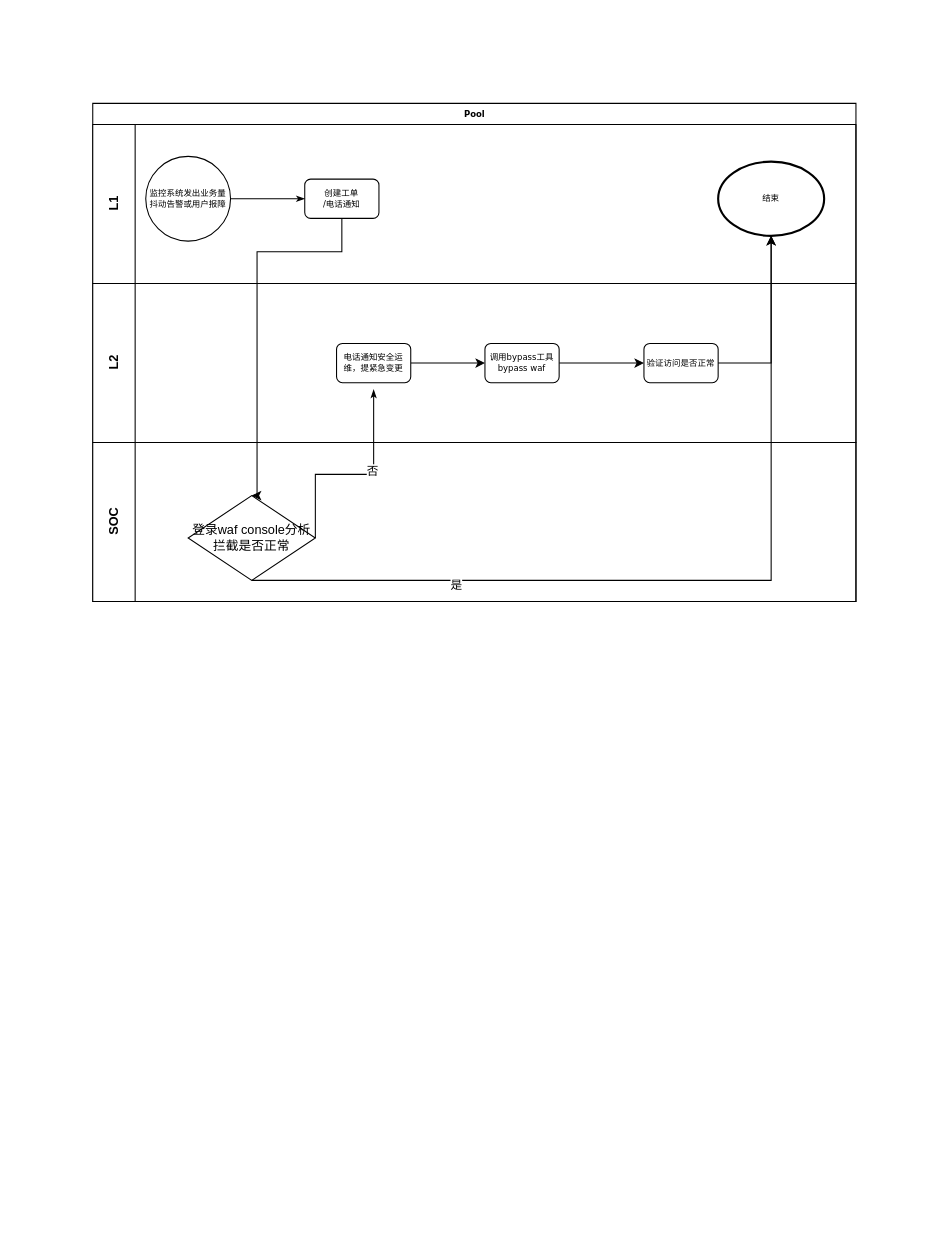
The draw.io diagram Untitled Diagram.drawio in dickens88/draft, before the edit. Source tidied: cells renumbered, new cells numbered last; positions are measured from the earlier drawing's top-left corner, leaving out a move shared by most shapes. Both pictures are drawn from the tidied source at 106%, with x=0, y=0 at pixel (92, 103).
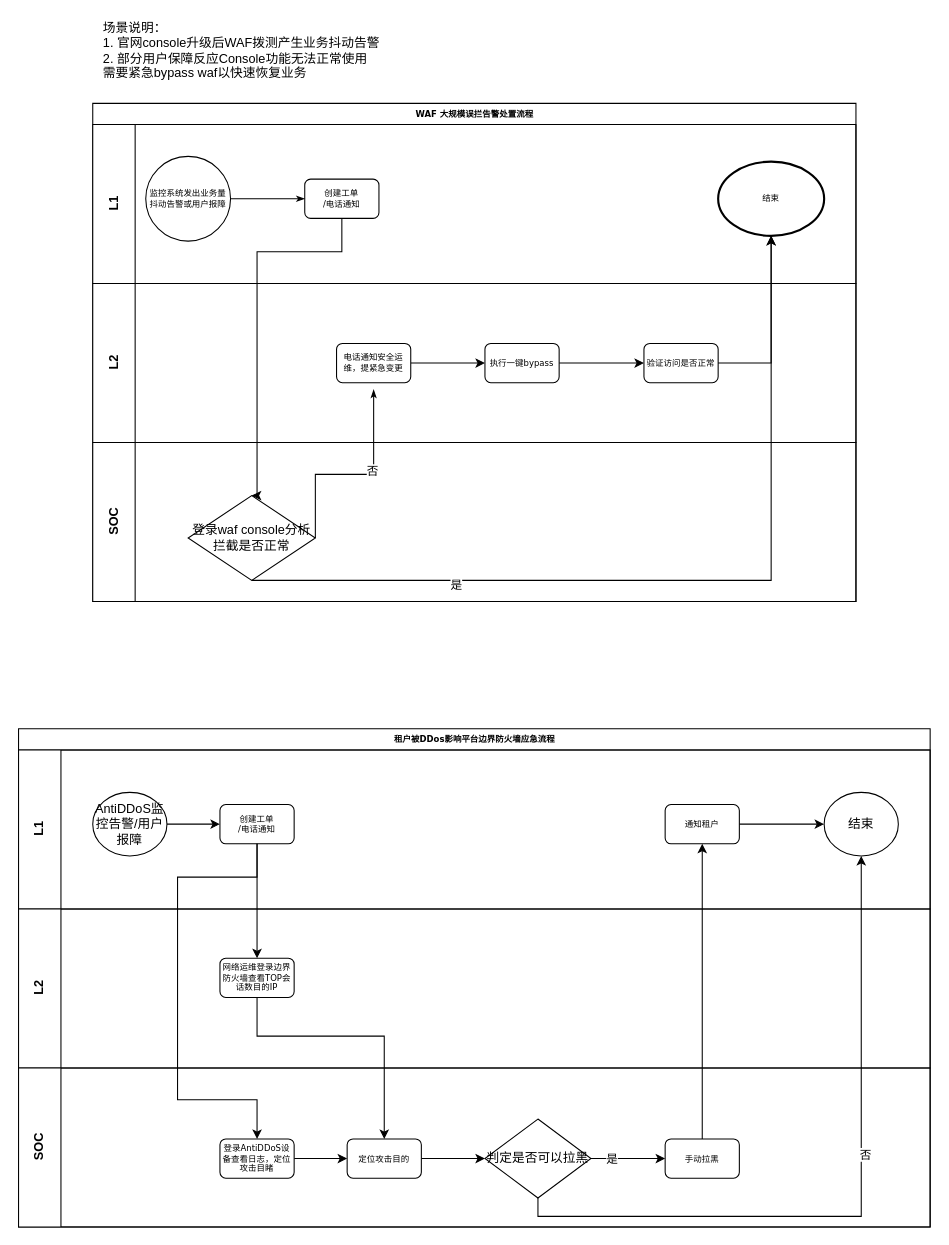
Above is the later version.

Unchanged cells that the change refers to:
```xml
<mxCell id="8" value="L2" style="swimlane;html=1;startSize=40;horizontal=0;" parent="2" vertex="1">
  <mxGeometry y="170" width="720" height="150" as="geometry" />
</mxCell>
```

Diff of the diagram source:
```diff
@@
-    <mxCell id="2" value="Pool" style="swimlane;html=1;horizontal=1;startSize=20;rounded=0;shadow=0;labelBackgroundColor=none;strokeWidth=1;fontFamily=Verdana;fontSize=8;align=center;" parent="1" vertex="1">
+    <mxCell id="2" value="WAF 大规模误拦告警处置流程" style="swimlane;html=1;horizontal=1;startSize=20;rounded=0;shadow=0;labelBackgroundColor=none;strokeWidth=1;fontFamily=Verdana;fontSize=8;align=center;" parent="1" vertex="1">
       <mxGeometry width="720" height="470" as="geometry" />
     </mxCell>
@@
-    <mxCell id="12" value="调用bypass工具bypass waf" style="rounded=1;whiteSpace=wrap;html=1;shadow=0;labelBackgroundColor=none;strokeWidth=1;fontFamily=Verdana;fontSize=8;align=center;" parent="8" vertex="1">
+    <mxCell id="12" value="执行一键bypass" style="rounded=1;whiteSpace=wrap;html=1;shadow=0;labelBackgroundColor=none;strokeWidth=1;fontFamily=Verdana;fontSize=8;align=center;" parent="8" vertex="1">
       <mxGeometry x="370" y="56.5" width="70" height="37" as="geometry" />
     </mxCell>
@@
+    <mxCell id="22" value="&lt;div style=&quot;text-align: left&quot;&gt;&lt;span&gt;场景说明：&lt;/span&gt;&lt;/div&gt;1. 官网console升级后WAF拨测产生业务抖动告警&lt;br&gt;&lt;div style=&quot;text-align: left&quot;&gt;&lt;span&gt;2. 部分用户保障反应Console功能无法正常使用&lt;/span&gt;&lt;/div&gt;&lt;div style=&quot;text-align: left&quot;&gt;&lt;span&gt;需要紧急bypass waf以快速恢复业务&lt;/span&gt;&lt;/div&gt;" style="text;html=1;align=center;verticalAlign=middle;" parent="1" vertex="1">
+      <mxGeometry y="-80" width="280" height="60" as="geometry" />
+    </mxCell>
+    <mxCell id="23" value="租户被DDos影响平台边界防火墙应急流程" style="swimlane;html=1;horizontal=1;startSize=20;rounded=0;shadow=0;labelBackgroundColor=none;strokeWidth=1;fontFamily=Verdana;fontSize=8;align=center;" parent="1" vertex="1">
+      <mxGeometry x="-70" y="590" width="860" height="470" as="geometry" />
+    </mxCell>
+    <mxCell id="24" value="L1" style="swimlane;html=1;startSize=40;horizontal=0;" parent="23" vertex="1">
+      <mxGeometry y="20" width="860" height="150" as="geometry" />
+    </mxCell>
+    <mxCell id="25" style="edgeStyle=orthogonalEdgeStyle;rounded=0;jettySize=auto;html=1;entryX=0;entryY=0.5;entryDx=0;entryDy=0;" parent="24" edge="1" source="26" target="27">
+      <mxGeometry relative="1" as="geometry" />
+    </mxCell>
+    <mxCell id="26" value="AntiDDoS监控告警/用户报障" style="ellipse;whiteSpace=wrap;html=1;" parent="24" vertex="1">
+      <mxGeometry x="70" y="40" width="70" height="60" as="geometry" />
+    </mxCell>
+    <mxCell id="27" value="创建工单&lt;br&gt;/电话通知" style="rounded=1;whiteSpace=wrap;html=1;shadow=0;labelBackgroundColor=none;strokeWidth=1;fontFamily=Verdana;fontSize=8;align=center;" parent="24" vertex="1">
+      <mxGeometry x="190" y="51.5" width="70" height="37" as="geometry" />
+    </mxCell>
+    <mxCell id="28" value="结束" style="ellipse;whiteSpace=wrap;html=1;" parent="24" vertex="1">
+      <mxGeometry x="760" y="40" width="70" height="60" as="geometry" />
+    </mxCell>
+    <mxCell id="29" style="edgeStyle=orthogonalEdgeStyle;rounded=0;jettySize=auto;html=1;" parent="24" edge="1" source="30" target="28">
+      <mxGeometry relative="1" as="geometry" />
+    </mxCell>
+    <mxCell id="30" value="通知租户" style="rounded=1;whiteSpace=wrap;html=1;shadow=0;labelBackgroundColor=none;strokeWidth=1;fontFamily=Verdana;fontSize=8;align=center;" parent="24" vertex="1">
+      <mxGeometry x="610" y="51.5" width="70" height="37" as="geometry" />
+    </mxCell>
+    <mxCell id="31" value="L2" style="swimlane;html=1;startSize=40;horizontal=0;" parent="23" vertex="1">
+      <mxGeometry y="170" width="860" height="150" as="geometry" />
+    </mxCell>
+    <mxCell id="32" value="网络运维登录边界防火墙查看TOP会话数目的IP" style="rounded=1;whiteSpace=wrap;html=1;shadow=0;labelBackgroundColor=none;strokeWidth=1;fontFamily=Verdana;fontSize=8;align=center;" parent="31" vertex="1">
+      <mxGeometry x="190" y="46.5" width="70" height="37" as="geometry" />
+    </mxCell>
+    <mxCell id="33" value="SOC" style="swimlane;html=1;startSize=40;horizontal=0;" parent="23" vertex="1">
+      <mxGeometry y="320" width="860" height="150" as="geometry" />
+    </mxCell>
+    <mxCell id="34" style="edgeStyle=orthogonalEdgeStyle;rounded=0;jettySize=auto;html=1;entryX=0;entryY=0.5;entryDx=0;entryDy=0;" parent="33" edge="1" source="35" target="37">
+      <mxGeometry relative="1" as="geometry" />
+    </mxCell>
+    <mxCell id="35" value="登录AntiDDoS设备查看日志，定位攻击目睹" style="rounded=1;whiteSpace=wrap;html=1;shadow=0;labelBackgroundColor=none;strokeWidth=1;fontFamily=Verdana;fontSize=8;align=center;" parent="33" vertex="1">
+      <mxGeometry x="190" y="67" width="70" height="37" as="geometry" />
+    </mxCell>
+    <mxCell id="36" style="edgeStyle=orthogonalEdgeStyle;rounded=0;jettySize=auto;html=1;entryX=0;entryY=0.5;entryDx=0;entryDy=0;" parent="33" edge="1" source="37" target="40">
+      <mxGeometry relative="1" as="geometry" />
+    </mxCell>
+    <mxCell id="37" value="定位攻击目的" style="rounded=1;whiteSpace=wrap;html=1;shadow=0;labelBackgroundColor=none;strokeWidth=1;fontFamily=Verdana;fontSize=8;align=center;" parent="33" vertex="1">
+      <mxGeometry x="310" y="67" width="70" height="37" as="geometry" />
+    </mxCell>
+    <mxCell id="38" style="edgeStyle=orthogonalEdgeStyle;rounded=0;jettySize=auto;html=1;entryX=0;entryY=0.5;entryDx=0;entryDy=0;" parent="33" edge="1" source="40" target="41">
+      <mxGeometry relative="1" as="geometry" />
+    </mxCell>
+    <mxCell id="39" value="是" style="edgeLabel;html=1;align=center;verticalAlign=middle;" parent="38" vertex="1">
+      <mxGeometry y="15" relative="1" as="geometry">
+        <mxPoint x="-15" y="15" as="offset" />
+      </mxGeometry>
+    </mxCell>
+    <mxCell id="40" value="判定是否可以拉黑" style="rhombus;whiteSpace=wrap;html=1;" parent="33" vertex="1">
+      <mxGeometry x="440" y="48.2" width="100" height="74.5" as="geometry" />
+    </mxCell>
+    <mxCell id="41" value="手动拉黑" style="rounded=1;whiteSpace=wrap;html=1;shadow=0;labelBackgroundColor=none;strokeWidth=1;fontFamily=Verdana;fontSize=8;align=center;" parent="33" vertex="1">
+      <mxGeometry x="610" y="67" width="70" height="37" as="geometry" />
+    </mxCell>
+    <mxCell id="42" style="edgeStyle=orthogonalEdgeStyle;rounded=0;jettySize=auto;html=1;entryX=0.5;entryY=0;entryDx=0;entryDy=0;" parent="23" edge="1" source="27" target="32">
+      <mxGeometry relative="1" as="geometry" />
+    </mxCell>
+    <mxCell id="43" style="edgeStyle=orthogonalEdgeStyle;rounded=0;jettySize=auto;html=1;entryX=0.5;entryY=0;entryDx=0;entryDy=0;" parent="23" edge="1" source="27" target="35">
+      <mxGeometry relative="1" as="geometry">
+        <Array as="points">
+          <mxPoint x="225" y="140" />
+          <mxPoint x="150" y="140" />
+          <mxPoint x="150" y="350" />
+          <mxPoint x="225" y="350" />
+        </Array>
+      </mxGeometry>
+    </mxCell>
+    <mxCell id="44" style="edgeStyle=orthogonalEdgeStyle;rounded=0;jettySize=auto;html=1;entryX=0.5;entryY=0;entryDx=0;entryDy=0;" parent="23" edge="1" source="32" target="37">
+      <mxGeometry relative="1" as="geometry">
+        <Array as="points">
+          <mxPoint x="225" y="290" />
+          <mxPoint x="345" y="290" />
+        </Array>
+      </mxGeometry>
+    </mxCell>
+    <mxCell id="45" style="edgeStyle=orthogonalEdgeStyle;rounded=0;jettySize=auto;html=1;entryX=0.5;entryY=1;entryDx=0;entryDy=0;" parent="23" edge="1" source="41" target="30">
+      <mxGeometry relative="1" as="geometry" />
+    </mxCell>
+    <mxCell id="46" style="edgeStyle=orthogonalEdgeStyle;rounded=0;jettySize=auto;html=1;entryX=0.5;entryY=1;entryDx=0;entryDy=0;" parent="23" edge="1" source="40" target="28">
+      <mxGeometry relative="1" as="geometry">
+        <Array as="points">
+          <mxPoint x="490" y="460" />
+          <mxPoint x="795" y="460" />
+        </Array>
+      </mxGeometry>
+    </mxCell>
+    <mxCell id="47" value="否" style="edgeLabel;html=1;align=center;verticalAlign=middle;" parent="46" vertex="1">
+      <mxGeometry x="0.15" y="-3" relative="1" as="geometry" />
+    </mxCell>
```
